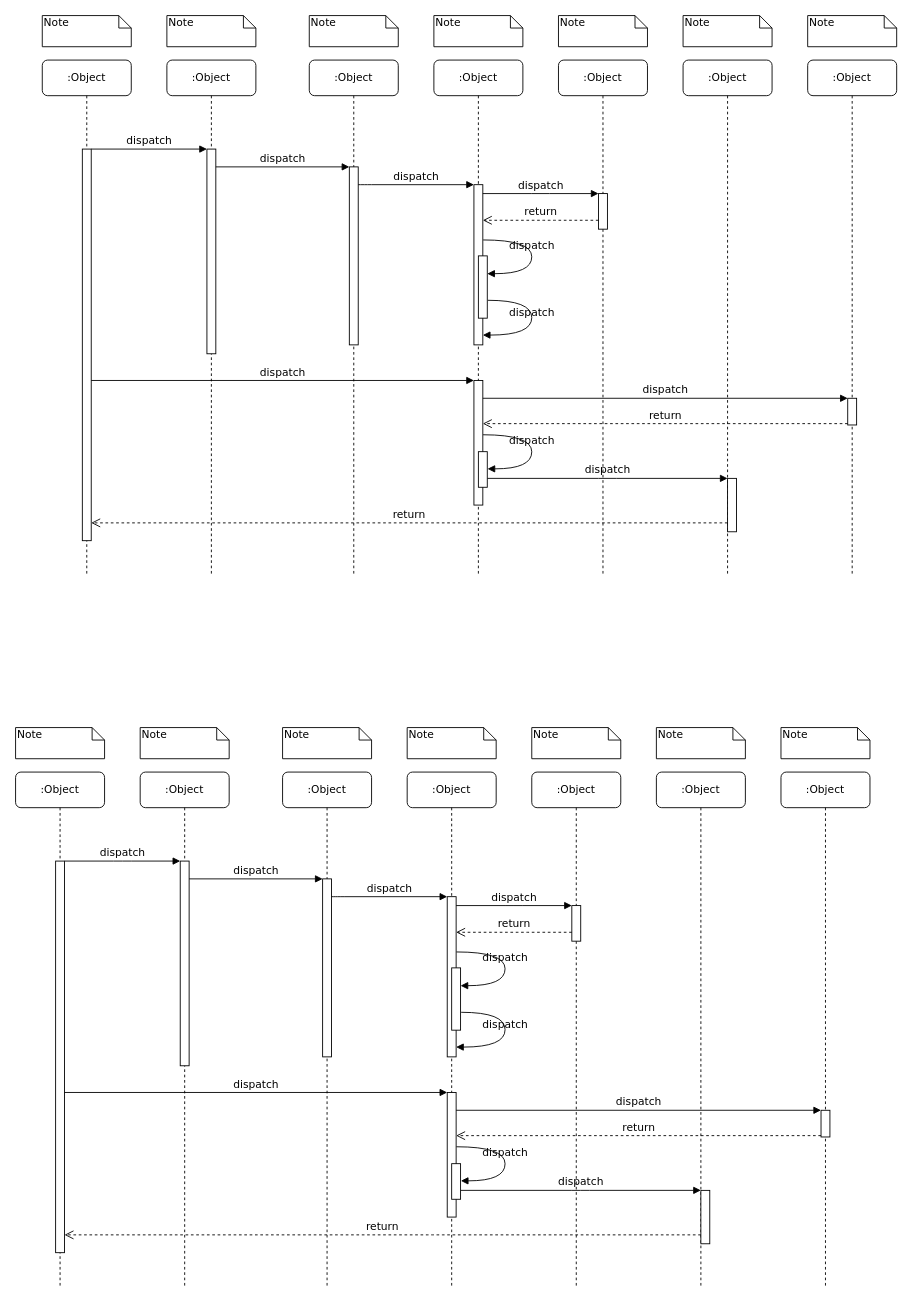
Earlier version of the draw.io diagram 未命名绘图.drawio (jiaweicheng77/drawio). Source tidied: cells renumbered, new cells numbered last; positions are measured from the earlier drawing's top-left corner, leaving out a move shared by most shapes. Both pictures are drawn from the tidied source at 89%, with x=0, y=0 at pixel (15, 15).
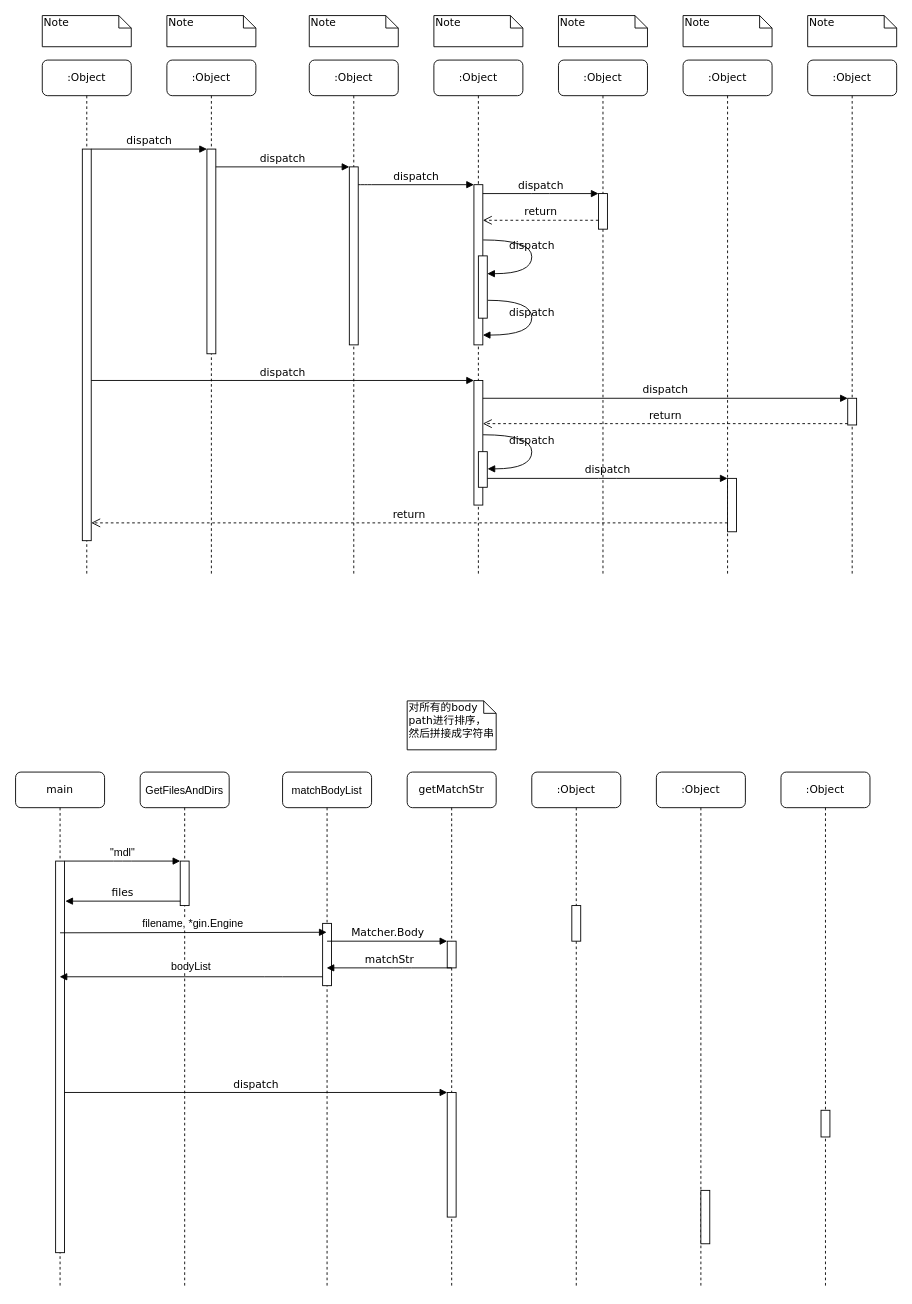
After the change.

Commit message (it also covers changes not shown here):
更新未命名绘图.drawio

The change refers to these unchanged cells:
```xml
<mxCell id="48" style="html=1;points=[];perimeter=orthogonalPerimeter;rounded=0;shadow=0;comic=0;labelBackgroundColor=none;strokeWidth=1;fontFamily=Verdana;fontSize=12;align=center;" parent="47" vertex="1">
  <mxGeometry x="45" y="100" width="10" height="440" as="geometry" />
</mxCell>
<mxCell id="51" style="html=1;points=[];perimeter=orthogonalPerimeter;rounded=0;shadow=0;comic=0;labelBackgroundColor=none;strokeWidth=1;fontFamily=Verdana;fontSize=12;align=center;" parent="1" vertex="1">
  <mxGeometry x="625" y="1000" width="10" height="40" as="geometry" />
</mxCell>
<mxCell id="54" style="html=1;points=[];perimeter=orthogonalPerimeter;rounded=0;shadow=0;comic=0;labelBackgroundColor=none;strokeWidth=1;fontFamily=Verdana;fontSize=12;align=center;" parent="1" vertex="1">
  <mxGeometry x="485" y="1210" width="10" height="140" as="geometry" />
</mxCell>
<mxCell id="56" style="html=1;points=[];perimeter=orthogonalPerimeter;rounded=0;shadow=0;comic=0;labelBackgroundColor=none;strokeColor=#000000;strokeWidth=1;fillColor=#FFFFFF;fontFamily=Verdana;fontSize=12;fontColor=#000000;align=center;" parent="1" vertex="1">
  <mxGeometry x="905" y="1230" width="10" height="30" as="geometry" />
</mxCell>
<mxCell id="59" style="html=1;points=[];perimeter=orthogonalPerimeter;rounded=0;shadow=0;comic=0;labelBackgroundColor=none;strokeWidth=1;fontFamily=Verdana;fontSize=12;align=center;" parent="1" vertex="1">
  <mxGeometry x="770" y="1320" width="10" height="60" as="geometry" />
</mxCell>
```

Change to the diagram source:
```diff
@@
-    <mxCell id="39" value=":Object" style="shape=umlLifeline;perimeter=lifelinePerimeter;whiteSpace=wrap;html=1;rounded=1;shadow=0;comic=0;labelBackgroundColor=none;strokeWidth=1;fontFamily=Verdana;fontSize=12;align=center;" parent="1" vertex="1">
+    <mxCell id="39" value="&lt;p class=&quot;p1&quot; style=&quot;margin: 0px ; font-stretch: normal ; line-height: normal ; font-family: &amp;#34;andale mono&amp;#34;&quot;&gt;&lt;span class=&quot;s1&quot; style=&quot;background-color: rgb(255 , 255 , 255)&quot;&gt;&lt;font style=&quot;font-size: 12px&quot;&gt;GetFilesAndDirs&lt;/font&gt;&lt;/span&gt;&lt;/p&gt;" style="shape=umlLifeline;perimeter=lifelinePerimeter;whiteSpace=wrap;html=1;rounded=1;shadow=0;comic=0;labelBackgroundColor=none;strokeWidth=1;fontFamily=Verdana;fontSize=12;align=center;" parent="1" vertex="1">
       <mxGeometry x="140" y="850" width="100" height="580" as="geometry" />
     </mxCell>
     <mxCell id="40" style="html=1;points=[];perimeter=orthogonalPerimeter;rounded=0;shadow=0;comic=0;labelBackgroundColor=none;strokeWidth=1;fontFamily=Verdana;fontSize=12;align=center;" parent="39" vertex="1">
-      <mxGeometry x="45" y="100" width="10" height="230" as="geometry" />
+      <mxGeometry x="45" y="100" width="10" height="50" as="geometry" />
     </mxCell>
-    <mxCell id="41" value=":Object" style="shape=umlLifeline;perimeter=lifelinePerimeter;whiteSpace=wrap;html=1;outlineConnect=0;rounded=1;shadow=0;comic=0;labelBackgroundColor=none;strokeWidth=1;fontFamily=Verdana;fontSize=12;align=center;" parent="1" vertex="1">
+    <mxCell id="41" value="&lt;p class=&quot;p1&quot; style=&quot;margin: 0px ; font-stretch: normal ; line-height: normal ; font-family: &amp;#34;andale mono&amp;#34;&quot;&gt;&lt;span class=&quot;s1&quot; style=&quot;background-color: rgb(255 , 255 , 255)&quot;&gt;&lt;font style=&quot;font-size: 12px&quot;&gt;matchBodyList&lt;/font&gt;&lt;/span&gt;&lt;/p&gt;" style="shape=umlLifeline;perimeter=lifelinePerimeter;whiteSpace=wrap;html=1;outlineConnect=0;rounded=1;shadow=0;comic=0;labelBackgroundColor=none;strokeWidth=1;fontFamily=Verdana;fontSize=12;align=center;" parent="1" vertex="1">
       <mxGeometry x="300" y="850" width="100" height="580" as="geometry" />
     </mxCell>
     <mxCell id="42" style="html=1;points=[];perimeter=orthogonalPerimeter;rounded=0;shadow=0;comic=0;labelBackgroundColor=none;strokeWidth=1;fontFamily=Verdana;fontSize=12;align=center;" parent="41" vertex="1">
-      <mxGeometry x="45" y="120" width="10" height="200" as="geometry" />
+      <mxGeometry x="45" y="170" width="10" height="70" as="geometry" />
     </mxCell>
-    <mxCell id="43" value=":Object" style="shape=umlLifeline;perimeter=lifelinePerimeter;whiteSpace=wrap;html=1;rounded=1;shadow=0;comic=0;labelBackgroundColor=none;strokeWidth=1;fontFamily=Verdana;fontSize=12;align=center;" parent="1" vertex="1">
+    <mxCell id="43" value="getMatchStr" style="shape=umlLifeline;perimeter=lifelinePerimeter;whiteSpace=wrap;html=1;rounded=1;shadow=0;comic=0;labelBackgroundColor=none;strokeWidth=1;fontFamily=Verdana;fontSize=12;align=center;" parent="1" vertex="1">
       <mxGeometry x="440" y="850" width="100" height="580" as="geometry" />
     </mxCell>
+    <mxCell id="49" style="html=1;points=[];perimeter=orthogonalPerimeter;rounded=0;shadow=0;comic=0;labelBackgroundColor=none;strokeWidth=1;fontFamily=Verdana;fontSize=12;align=center;" parent="43" vertex="1">
+      <mxGeometry x="45" y="190" width="10" height="30" as="geometry" />
+    </mxCell>
@@
-    <mxCell id="47" value=":Object" style="shape=umlLifeline;perimeter=lifelinePerimeter;whiteSpace=wrap;html=1;outlineConnect=0;rounded=1;shadow=0;comic=0;labelBackgroundColor=none;strokeWidth=1;fontFamily=Verdana;fontSize=12;align=center;" parent="1" vertex="1">
+    <mxCell id="47" value="main" style="shape=umlLifeline;perimeter=lifelinePerimeter;whiteSpace=wrap;html=1;outlineConnect=0;rounded=1;shadow=0;comic=0;labelBackgroundColor=none;strokeWidth=1;fontFamily=Verdana;fontSize=12;align=center;" parent="1" vertex="1">
       <mxGeometry y="850" width="100" height="580" as="geometry" />
     </mxCell>
@@
-    <mxCell id="49" style="html=1;points=[];perimeter=orthogonalPerimeter;rounded=0;shadow=0;comic=0;labelBackgroundColor=none;strokeWidth=1;fontFamily=Verdana;fontSize=12;align=center;" parent="1" vertex="1">
-      <mxGeometry x="485" y="990" width="10" height="180" as="geometry" />
-    </mxCell>
-    <mxCell id="50" value="dispatch" style="html=1;verticalAlign=bottom;endArrow=block;labelBackgroundColor=none;fontFamily=Verdana;fontSize=12;edgeStyle=elbowEdgeStyle;elbow=vertical;" parent="1" edge="1" source="42" target="49">
+    <mxCell id="50" value="&lt;p class=&quot;p1&quot; style=&quot;margin: 0px ; font-stretch: normal ; font-size: 18px ; line-height: normal ; font-family: &amp;#34;andale mono&amp;#34;&quot;&gt;&lt;span class=&quot;s1&quot; style=&quot;font-size: 12px ; background-color: rgb(255 , 255 , 255)&quot;&gt;bodyList&lt;/span&gt;&lt;/p&gt;" style="html=1;verticalAlign=bottom;endArrow=block;labelBackgroundColor=none;fontFamily=Verdana;fontSize=12;edgeStyle=elbowEdgeStyle;elbow=vertical;" parent="1" edge="1" source="42" target="47">
       <mxGeometry relative="1" as="geometry">
         <Array as="points">
+          <mxPoint x="290" y="1080" />
+          <mxPoint x="310" y="1070" />
+          <mxPoint x="60" y="1090" />
           <mxPoint x="360" y="990" />
         </Array>
       </mxGeometry>
     </mxCell>
@@
-    <mxCell id="52" value="dispatch" style="html=1;verticalAlign=bottom;endArrow=block;entryX=0;entryY=0;labelBackgroundColor=none;fontFamily=Verdana;fontSize=12;edgeStyle=elbowEdgeStyle;elbow=vertical;" parent="1" edge="1" source="49" target="51">
-      <mxGeometry relative="1" as="geometry" />
-    </mxCell>
-    <mxCell id="53" value="return" style="html=1;verticalAlign=bottom;endArrow=open;dashed=1;endSize=8;labelBackgroundColor=none;fontFamily=Verdana;fontSize=12;edgeStyle=elbowEdgeStyle;elbow=vertical;" parent="1" edge="1" source="51" target="49">
-      <mxGeometry relative="1" as="geometry">
-        <Array as="points">
-          <mxPoint x="570" y="1030" />
-          <mxPoint x="600" y="1030" />
-        </Array>
-      </mxGeometry>
-    </mxCell>
@@
-    <mxCell id="57" value="dispatch" style="html=1;verticalAlign=bottom;endArrow=block;entryX=0;entryY=0;labelBackgroundColor=none;fontFamily=Verdana;fontSize=12;" parent="1" edge="1" source="54" target="56">
-      <mxGeometry relative="1" as="geometry" />
-    </mxCell>
-    <mxCell id="58" value="return" style="html=1;verticalAlign=bottom;endArrow=open;dashed=1;endSize=8;exitX=0;exitY=0.95;labelBackgroundColor=none;fontFamily=Verdana;fontSize=12;" parent="1" edge="1" source="56" target="54">
-      <mxGeometry relative="1" as="geometry" />
-    </mxCell>
@@
-    <mxCell id="60" value="dispatch" style="html=1;verticalAlign=bottom;endArrow=block;entryX=0;entryY=0;labelBackgroundColor=none;fontFamily=Verdana;fontSize=12;edgeStyle=elbowEdgeStyle;elbow=vertical;" parent="1" edge="1" source="67" target="59">
-      <mxGeometry relative="1" as="geometry" />
-    </mxCell>
-    <mxCell id="61" value="return" style="html=1;verticalAlign=bottom;endArrow=open;dashed=1;endSize=8;labelBackgroundColor=none;fontFamily=Verdana;fontSize=12;edgeStyle=elbowEdgeStyle;elbow=vertical;" parent="1" edge="1" source="59" target="48">
-      <mxGeometry relative="1" as="geometry">
-        <Array as="points">
-          <mxPoint x="470" y="1370" />
-        </Array>
-      </mxGeometry>
-    </mxCell>
-    <mxCell id="62" value="dispatch" style="html=1;verticalAlign=bottom;endArrow=block;entryX=0;entryY=0;labelBackgroundColor=none;fontFamily=Verdana;fontSize=12;edgeStyle=elbowEdgeStyle;elbow=vertical;" parent="1" edge="1" source="48" target="40">
+    <mxCell id="62" value="&lt;p class=&quot;p1&quot; style=&quot;margin: 0px ; font-stretch: normal ; line-height: normal ; font-family: &amp;#34;andale mono&amp;#34;&quot;&gt;&lt;span class=&quot;s1&quot; style=&quot;background-color: rgb(255 , 255 , 255)&quot;&gt;&lt;font style=&quot;font-size: 12px&quot;&gt;&quot;mdl&quot;&lt;/font&gt;&lt;/span&gt;&lt;/p&gt;" style="html=1;verticalAlign=bottom;endArrow=block;entryX=0;entryY=0;labelBackgroundColor=none;fontFamily=Verdana;fontSize=12;edgeStyle=elbowEdgeStyle;elbow=vertical;" parent="1" edge="1" source="48" target="40">
       <mxGeometry relative="1" as="geometry" />
     </mxCell>
-    <mxCell id="63" value="dispatch" style="html=1;verticalAlign=bottom;endArrow=block;entryX=0;entryY=0;labelBackgroundColor=none;fontFamily=Verdana;fontSize=12;edgeStyle=elbowEdgeStyle;elbow=vertical;" parent="1" edge="1" source="40" target="42">
+    <mxCell id="63" value="files" style="html=1;verticalAlign=bottom;endArrow=block;entryX=1.094;entryY=0.102;labelBackgroundColor=none;fontFamily=Verdana;fontSize=12;edgeStyle=elbowEdgeStyle;elbow=vertical;entryDx=0;entryDy=0;entryPerimeter=0;" parent="1" edge="1" source="40" target="48">
       <mxGeometry relative="1" as="geometry" />
     </mxCell>
-    <mxCell id="64" style="html=1;points=[];perimeter=orthogonalPerimeter;rounded=0;shadow=0;comic=0;labelBackgroundColor=none;strokeWidth=1;fontFamily=Verdana;fontSize=12;align=center;" parent="1" vertex="1">
-      <mxGeometry x="490" y="1070" width="10" height="70" as="geometry" />
-    </mxCell>
-    <mxCell id="65" value="dispatch" style="html=1;verticalAlign=bottom;endArrow=block;labelBackgroundColor=none;fontFamily=Verdana;fontSize=12;elbow=vertical;edgeStyle=orthogonalEdgeStyle;curved=1;entryX=1;entryY=0.286;entryPerimeter=0;exitX=1.038;exitY=0.345;exitPerimeter=0;" parent="1" edge="1" source="49" target="64">
-      <mxGeometry relative="1" as="geometry">
-        <Array as="points">
-          <mxPoint x="550" y="1052" />
-          <mxPoint x="550" y="1090" />
-        </Array>
-      </mxGeometry>
-    </mxCell>
-    <mxCell id="66" value="dispatch" style="html=1;verticalAlign=bottom;endArrow=block;labelBackgroundColor=none;fontFamily=Verdana;fontSize=12;elbow=vertical;edgeStyle=orthogonalEdgeStyle;curved=1;exitX=1.066;exitY=0.713;exitPerimeter=0;" parent="1" edge="1" source="64">
-      <mxGeometry relative="1" as="geometry">
-        <mxPoint x="495" y="1159" as="targetPoint" />
-        <Array as="points">
-          <mxPoint x="550" y="1120" />
-          <mxPoint x="550" y="1159" />
-        </Array>
-      </mxGeometry>
-    </mxCell>
-    <mxCell id="67" style="html=1;points=[];perimeter=orthogonalPerimeter;rounded=0;shadow=0;comic=0;labelBackgroundColor=none;strokeWidth=1;fontFamily=Verdana;fontSize=12;align=center;" parent="1" vertex="1">
-      <mxGeometry x="490" y="1290" width="10" height="40" as="geometry" />
-    </mxCell>
-    <mxCell id="68" value="dispatch" style="html=1;verticalAlign=bottom;endArrow=block;labelBackgroundColor=none;fontFamily=Verdana;fontSize=12;elbow=vertical;edgeStyle=orthogonalEdgeStyle;curved=1;entryX=1;entryY=0.286;entryPerimeter=0;exitX=1.038;exitY=0.345;exitPerimeter=0;" parent="1" edge="1">
-      <mxGeometry relative="1" as="geometry">
-        <mxPoint x="495.3" y="1271" as="sourcePoint" />
-        <mxPoint x="500.3" y="1309.3" as="targetPoint" />
-        <Array as="points">
-          <mxPoint x="550" y="1271" />
-          <mxPoint x="550" y="1309" />
-        </Array>
-      </mxGeometry>
-    </mxCell>
-    <mxCell id="69" value="Note" style="shape=note;whiteSpace=wrap;html=1;size=14;verticalAlign=top;align=left;spacingTop=-6;rounded=0;shadow=0;comic=0;labelBackgroundColor=none;strokeWidth=1;fontFamily=Verdana;fontSize=12;" parent="1" vertex="1">
-      <mxGeometry y="800" width="100" height="35" as="geometry" />
-    </mxCell>
-    <mxCell id="70" value="Note" style="shape=note;whiteSpace=wrap;html=1;size=14;verticalAlign=top;align=left;spacingTop=-6;rounded=0;shadow=0;comic=0;labelBackgroundColor=none;strokeWidth=1;fontFamily=Verdana;fontSize=12;" parent="1" vertex="1">
-      <mxGeometry x="140" y="800" width="100" height="35" as="geometry" />
-    </mxCell>
-    <mxCell id="71" value="Note" style="shape=note;whiteSpace=wrap;html=1;size=14;verticalAlign=top;align=left;spacingTop=-6;rounded=0;shadow=0;comic=0;labelBackgroundColor=none;strokeWidth=1;fontFamily=Verdana;fontSize=12;" parent="1" vertex="1">
-      <mxGeometry x="300" y="800" width="100" height="35" as="geometry" />
-    </mxCell>
-    <mxCell id="72" value="Note" style="shape=note;whiteSpace=wrap;html=1;size=14;verticalAlign=top;align=left;spacingTop=-6;rounded=0;shadow=0;comic=0;labelBackgroundColor=none;strokeWidth=1;fontFamily=Verdana;fontSize=12;" parent="1" vertex="1">
-      <mxGeometry x="440" y="800" width="100" height="35" as="geometry" />
-    </mxCell>
-    <mxCell id="73" value="Note" style="shape=note;whiteSpace=wrap;html=1;size=14;verticalAlign=top;align=left;spacingTop=-6;rounded=0;shadow=0;comic=0;labelBackgroundColor=none;strokeWidth=1;fontFamily=Verdana;fontSize=12;" parent="1" vertex="1">
-      <mxGeometry x="580" y="800" width="100" height="35" as="geometry" />
-    </mxCell>
-    <mxCell id="74" value="Note" style="shape=note;whiteSpace=wrap;html=1;size=14;verticalAlign=top;align=left;spacingTop=-6;rounded=0;shadow=0;comic=0;labelBackgroundColor=none;strokeWidth=1;fontFamily=Verdana;fontSize=12;" parent="1" vertex="1">
-      <mxGeometry x="720" y="800" width="100" height="35" as="geometry" />
-    </mxCell>
-    <mxCell id="75" value="Note" style="shape=note;whiteSpace=wrap;html=1;size=14;verticalAlign=top;align=left;spacingTop=-6;rounded=0;shadow=0;comic=0;labelBackgroundColor=none;strokeWidth=1;fontFamily=Verdana;fontSize=12;" parent="1" vertex="1">
-      <mxGeometry x="860" y="800" width="100" height="35" as="geometry" />
-    </mxCell>
+    <mxCell id="76" value="&lt;p class=&quot;p1&quot; style=&quot;margin: 0px ; font-stretch: normal ; line-height: normal ; font-family: &amp;#34;andale mono&amp;#34;&quot;&gt;&lt;span style=&quot;background-color: rgb(255 , 255 , 255)&quot;&gt;filename, *gin.Engine&lt;/span&gt;&lt;/p&gt;" style="html=1;verticalAlign=bottom;endArrow=block;labelBackgroundColor=none;fontFamily=Verdana;fontSize=12;edgeStyle=elbowEdgeStyle;elbow=vertical;" parent="1" edge="1" target="41">
+      <mxGeometry relative="1" as="geometry">
+        <mxPoint x="50" y="1030.6" as="sourcePoint" />
+        <Array as="points">
+          <mxPoint x="50" y="1030" />
+        </Array>
+      </mxGeometry>
+    </mxCell>
+    <mxCell id="77" value="对所有的body path进行排序，然后拼接成字符串" style="shape=note;whiteSpace=wrap;html=1;size=14;verticalAlign=top;align=left;spacingTop=-6;rounded=0;shadow=0;comic=0;labelBackgroundColor=none;strokeWidth=1;fontFamily=Verdana;fontSize=12;" parent="1" vertex="1">
+      <mxGeometry x="440" y="770" width="100" height="55" as="geometry" />
+    </mxCell>
+    <mxCell id="78" value="Matcher.Body" style="html=1;verticalAlign=bottom;endArrow=block;labelBackgroundColor=none;fontFamily=Verdana;fontSize=12;" parent="1" edge="1" target="49">
+      <mxGeometry relative="1" as="geometry">
+        <mxPoint x="350" y="1040" as="sourcePoint" />
+      </mxGeometry>
+    </mxCell>
+    <mxCell id="79" value="matchStr" style="html=1;verticalAlign=bottom;endArrow=block;labelBackgroundColor=none;fontFamily=Verdana;fontSize=12;edgeStyle=elbowEdgeStyle;elbow=vertical;" parent="1" edge="1" target="41">
+      <mxGeometry relative="1" as="geometry">
+        <mxPoint x="490" y="1070" as="sourcePoint" />
+        <Array as="points">
+          <mxPoint x="435" y="1070" />
+          <mxPoint x="455" y="1060" />
+          <mxPoint x="205" y="1080" />
+          <mxPoint x="505" y="980" />
+        </Array>
+      </mxGeometry>
+    </mxCell>
```
